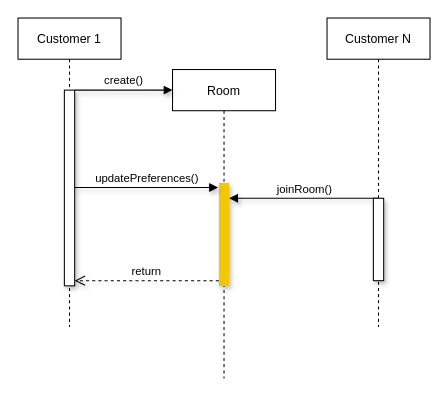
The draw.io diagram docs/contributions/itsikelis/Phase 4/Sequence Diagrams v0.1/customer-create-room-sequence.drawio in iloudaros/nomnomr, before the edit. Source tidied: cells renumbered, new cells numbered last; positions are measured from the earlier drawing's top-left corner, leaving out a move shared by most shapes. Both pictures are drawn from the tidied source at 103%, with x=0, y=0 at pixel (18, 18).
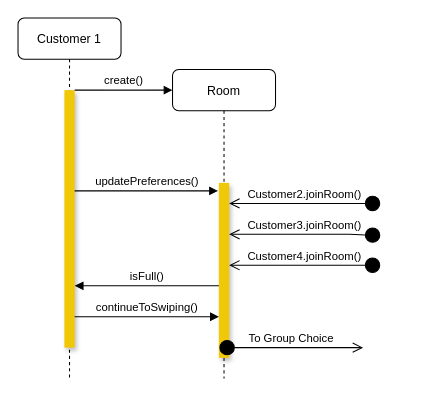
Above is the later version.

Commit message:
Customer Create Room Sequence To Review

What changed in the source:
```diff
@@
-    <mxCell id="2" value="Customer 1" style="shape=umlLifeline;perimeter=lifelinePerimeter;rounded=0;shadow=0;strokeWidth=1;" parent="1" vertex="1">
-      <mxGeometry width="100" height="300" as="geometry" />
+    <mxCell id="2" value="Customer 1" style="shape=umlLifeline;perimeter=lifelinePerimeter;rounded=1;shadow=0;strokeWidth=1;" parent="1" vertex="1">
+      <mxGeometry width="100" height="350" as="geometry" />
     </mxCell>
-    <mxCell id="3" style="points=[];perimeter=orthogonalPerimeter;rounded=0;shadow=1;strokeWidth=1;" parent="2" vertex="1">
-      <mxGeometry x="45" y="70" width="10" height="190" as="geometry" />
-    </mxCell>
+    <mxCell id="12" style="points=[];perimeter=orthogonalPerimeter;rounded=0;shadow=1;strokeWidth=1;fillColor=#F0C808;strokeColor=none;" parent="2" vertex="1">
+      <mxGeometry x="45" y="70" width="10" height="250" as="geometry" />
+    </mxCell>
-    <mxCell id="4" value="Room" style="shape=umlLifeline;perimeter=lifelinePerimeter;rounded=0;shadow=0;strokeWidth=1;" parent="1" vertex="1">
+    <mxCell id="4" value="Room" style="shape=umlLifeline;perimeter=lifelinePerimeter;rounded=1;shadow=0;strokeWidth=1;" parent="1" vertex="1">
       <mxGeometry x="150" y="50" width="100" height="300" as="geometry" />
     </mxCell>
-    <mxCell id="5" style="points=[];perimeter=orthogonalPerimeter;rounded=0;shadow=1;strokeWidth=1;fillColor=#F0C808;strokeColor=none;" parent="4" vertex="1">
-      <mxGeometry x="45" y="110" width="10" height="100" as="geometry" />
-    </mxCell>
-    <mxCell id="6" value="joinRoom()" style="html=1;verticalAlign=bottom;endArrow=block;rounded=0;shadow=1;" parent="4" edge="1" source="10">
-      <mxGeometry relative="1" as="geometry">
-        <mxPoint x="55" y="125" as="targetPoint" />
-      </mxGeometry>
-    </mxCell>
-    <mxCell id="7" value="return" style="verticalAlign=bottom;endArrow=open;dashed=1;endSize=8;exitX=0;exitY=0.95;shadow=1;strokeWidth=1;" parent="1" edge="1" source="5" target="3">
-      <mxGeometry relative="1" as="geometry" />
-    </mxCell>
+    <mxCell id="13" style="points=[];perimeter=orthogonalPerimeter;rounded=0;shadow=1;strokeWidth=1;fillColor=#F0C808;strokeColor=none;" parent="4" vertex="1">
+      <mxGeometry x="45" y="110" width="10" height="170" as="geometry" />
+    </mxCell>
+    <mxCell id="14" value="isFull()" style="html=1;verticalAlign=bottom;endArrow=block;rounded=0;shadow=0;" parent="4" edge="1">
+      <mxGeometry relative="1" as="geometry">
+        <mxPoint x="45" y="210" as="sourcePoint" />
+        <mxPoint x="-95" y="210" as="targetPoint" />
+        <Array as="points">
+          <mxPoint y="210" />
+        </Array>
+      </mxGeometry>
+    </mxCell>
+    <mxCell id="15" value="To Group Choice" style="html=1;verticalAlign=bottom;startArrow=circle;startFill=1;endArrow=open;startSize=6;endSize=8;rounded=0;shadow=0;labelBorderColor=none;" parent="4" edge="1">
+      <mxGeometry relative="1" as="geometry">
+        <mxPoint x="45" y="270" as="sourcePoint" />
+        <mxPoint x="185" y="270" as="targetPoint" />
+      </mxGeometry>
+    </mxCell>
-    <mxCell id="8" value="create()" style="verticalAlign=bottom;endArrow=block;shadow=1;strokeWidth=1;" parent="1" edge="1" source="3">
+    <mxCell id="8" value="create()" style="verticalAlign=bottom;endArrow=block;shadow=0;strokeWidth=1;" parent="1" edge="1" source="12">
       <mxGeometry relative="1" as="geometry">
         <mxPoint x="150" y="70" as="targetPoint" />
       </mxGeometry>
     </mxCell>
-    <mxCell id="9" value="updatePreferences()" style="html=1;verticalAlign=bottom;endArrow=block;rounded=0;shadow=1;entryX=-0.083;entryY=0.046;entryDx=0;entryDy=0;entryPerimeter=0;" parent="1" edge="1" source="3" target="5">
+    <mxCell id="9" value="updatePreferences()" style="html=1;verticalAlign=bottom;endArrow=block;rounded=0;shadow=0;entryX=-0.083;entryY=0.046;entryDx=0;entryDy=0;entryPerimeter=0;" parent="1" edge="1" source="12" target="13">
       <mxGeometry relative="1" as="geometry" />
     </mxCell>
-    <mxCell id="10" value="Customer N" style="shape=umlLifeline;perimeter=lifelinePerimeter;rounded=0;shadow=0;strokeWidth=1;" parent="1" vertex="1">
-      <mxGeometry x="300" width="100" height="300" as="geometry" />
-    </mxCell>
-    <mxCell id="11" style="perimeter=orthogonalPerimeter;rounded=0;shadow=1;strokeWidth=1;" parent="10" vertex="1">
-      <mxGeometry x="45" y="175" width="10" height="80" as="geometry" />
-    </mxCell>
+    <mxCell id="16" value="Customer3.joinRoom()" style="html=1;verticalAlign=bottom;startArrow=circle;startFill=1;endArrow=open;startSize=6;endSize=8;rounded=0;shadow=0;" parent="1" edge="1" target="13">
+      <mxGeometry relative="1" as="geometry">
+        <mxPoint x="352.2" y="210" as="sourcePoint" />
+        <Array as="points">
+          <mxPoint x="342.2" y="211" />
+          <mxPoint x="322.2" y="210" />
+          <mxPoint x="232.2" y="210" />
+        </Array>
+      </mxGeometry>
+    </mxCell>
+    <mxCell id="17" value="Customer4.joinRoom()" style="html=1;verticalAlign=bottom;startArrow=circle;startFill=1;endArrow=open;startSize=6;endSize=8;rounded=0;shadow=0;" parent="1" edge="1" target="13">
+      <mxGeometry relative="1" as="geometry">
+        <mxPoint x="352.2" y="240" as="sourcePoint" />
+        <Array as="points">
+          <mxPoint x="322.2" y="240" />
+          <mxPoint x="232.2" y="240" />
+        </Array>
+      </mxGeometry>
+    </mxCell>
+    <mxCell id="18" value="Customer2.joinRoom()" style="html=1;verticalAlign=bottom;startArrow=circle;startFill=1;endArrow=open;startSize=6;endSize=8;rounded=0;shadow=0;" parent="1" edge="1" target="13">
+      <mxGeometry relative="1" as="geometry">
+        <mxPoint x="352.2" y="180" as="sourcePoint" />
+        <Array as="points">
+          <mxPoint x="322.2" y="180" />
+          <mxPoint x="232.2" y="180" />
+        </Array>
+      </mxGeometry>
+    </mxCell>
+    <mxCell id="19" value="continueToSwiping()" style="html=1;verticalAlign=bottom;endArrow=block;rounded=0;shadow=0;" parent="1" edge="1" source="12" target="13">
+      <mxGeometry relative="1" as="geometry">
+        <Array as="points">
+          <mxPoint x="150" y="290" />
+        </Array>
+      </mxGeometry>
+    </mxCell>
```
